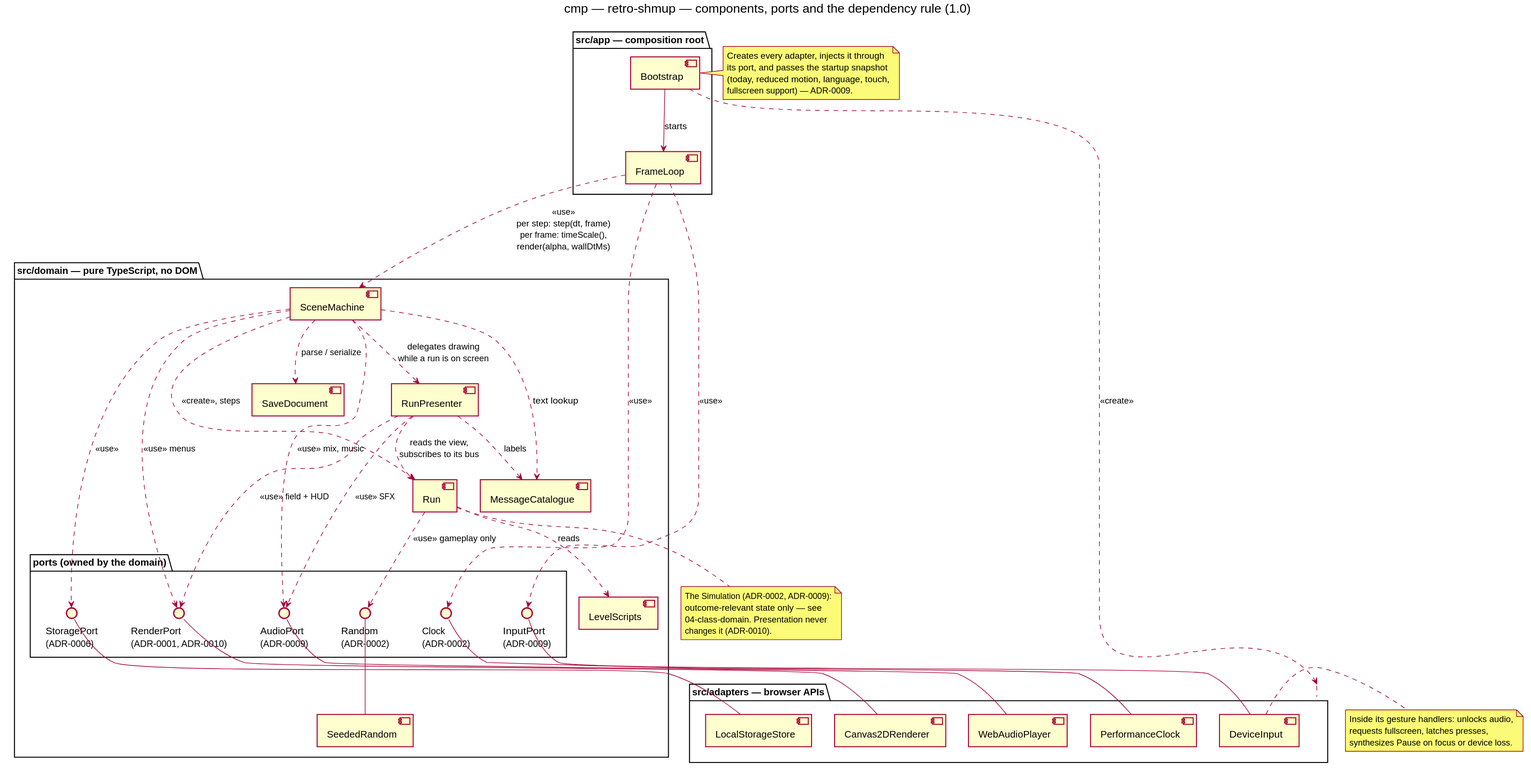
benoit-bremaud/retro-shmup keeps this PlantUML diagram as docs/architecture/diagrams/system/03-component.svg. Above is the earlier version. Source of this version:
```plantuml
@startuml 03-component
title cmp — retro-shmup — components, ports and the dependency rule (1.0)
top to bottom direction
skinparam shadowing false
skinparam componentStyle uml2

package "src/app — composition root" as App {
  [Bootstrap] as Boot
  [FrameLoop] as Loop
}

package "src/domain — pure TypeScript, no DOM" as Domain {
  [SceneMachine] as Scenes
  [Run] as Run
  [RunPresenter] as Presenter
  [LevelScripts] as Levels
  [SaveDocument] as Save
  [MessageCatalogue] as I18n
  [SeededRandom] as Rng

  package "ports (owned by the domain)" as Ports {
    interface "RenderPort\n(ADR-0001, ADR-0010)" as RenderPort
    interface "AudioPort\n(ADR-0009)" as AudioPort
    interface "InputPort\n(ADR-0009)" as InputPort
    interface "StoragePort\n(ADR-0006)" as StoragePort
    interface "Clock\n(ADR-0002)" as ClockPort
    interface "Random\n(ADR-0002)" as RandomPort
  }
}

package "src/adapters — browser APIs" as Adapters {
  [Canvas2DRenderer] as Canvas
  [WebAudioPlayer] as WebAudio
  [DeviceInput] as Input
  [LocalStorageStore] as LocalStore
  [PerformanceClock] as PerfClock
}

Boot --> Loop : starts
Boot ..> Adapters : <<create>>
Loop ..> Scenes : <<use>>\nper step: step(dt, frame)\nper frame: timeScale(),\nrender(alpha, wallDtMs)
Loop ..> ClockPort : <<use>>
Loop ..> InputPort : <<use>>

Scenes ..> Run : <<create>>, steps
Scenes ..> Presenter : delegates drawing\nwhile a run is on screen
Scenes ..> Save : parse / serialize
Scenes ..> I18n : text lookup
Presenter ..> Run : reads the view,\nsubscribes to its bus
Presenter ..> I18n : labels
Run ..> Levels : reads
Scenes ..> RenderPort : <<use>> menus
Scenes ..> AudioPort : <<use>> mix, music
Scenes ..> StoragePort : <<use>>
Presenter ..> RenderPort : <<use>> field + HUD
Presenter ..> AudioPort : <<use>> SFX
Run ..> RandomPort : <<use>> gameplay only
Rng -up- RandomPort

Canvas -up- RenderPort
WebAudio -up- AudioPort
Input -up- InputPort
LocalStore -up- StoragePort
PerfClock -up- ClockPort

note right of Boot
  Creates every adapter, injects it through
  its port, and passes the startup snapshot
  (today, reduced motion, language, touch,
  fullscreen support) — ADR-0009.
end note

note right of Input
  Inside its gesture handlers: unlocks audio,
  requests fullscreen, latches presses,
  synthesizes Pause on focus or device loss.
end note

note bottom of Run
  The Simulation (ADR-0002, ADR-0009):
  outcome-relevant state only — see
  04-class-domain. Presentation never
  changes it (ADR-0010).
end note
@enduml
```
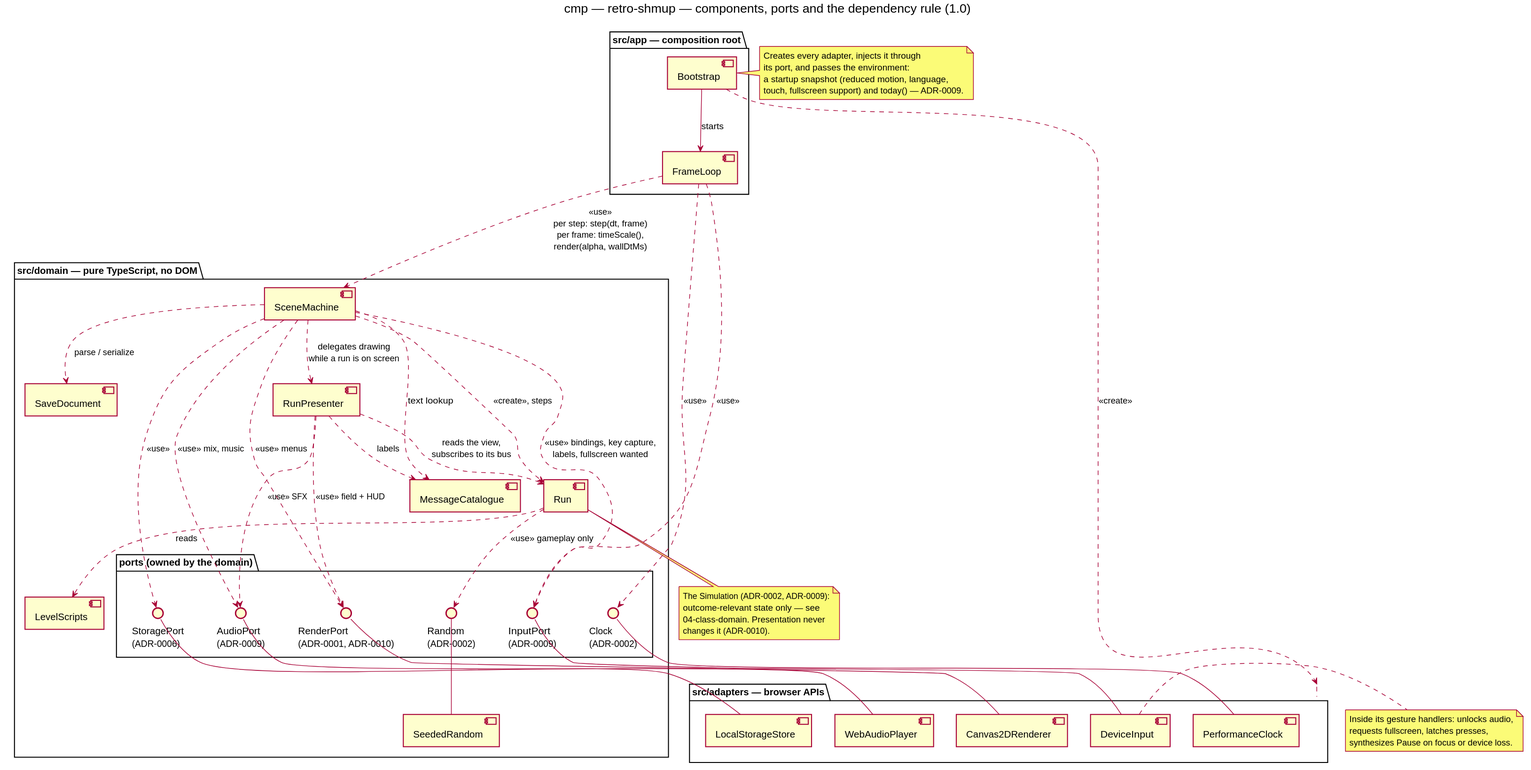
The same file after the commit.

Commit message:
docs(uml): address PR #3 review — InputPort caller, fullscreen gesture, high-score date

Diff of the diagram source:
```diff
@@ -52,6 +52,7 @@
 Scenes ..> RenderPort : <<use>> menus
 Scenes ..> AudioPort : <<use>> mix, music
 Scenes ..> StoragePort : <<use>>
+Scenes ..> InputPort : <<use>> bindings, key capture,\nlabels, fullscreen wanted
 Presenter ..> RenderPort : <<use>> field + HUD
 Presenter ..> AudioPort : <<use>> SFX
 Run ..> RandomPort : <<use>> gameplay only
@@ -65,9 +66,9 @@
 
 note right of Boot
   Creates every adapter, injects it through
-  its port, and passes the startup snapshot
-  (today, reduced motion, language, touch,
-  fullscreen support) — ADR-0009.
+  its port, and passes the environment:
+  a startup snapshot (reduced motion, language,
+  touch, fullscreen support) and today() — ADR-0009.
 end note
 
 note right of Input
```
